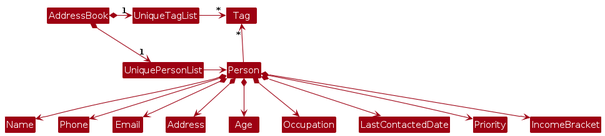
zpnoob/tp keeps this PlantUML diagram as diagrams/BetterModelClassDiagram.png. Above is the earlier version. Its source is kept beside it as diagrams/BetterModelClassDiagram.puml.
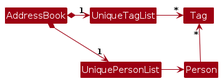
Later version of the same file.

What changed in the source:
```diff
@@ -14,13 +14,4 @@
 
 Person -up-> "*" Tag
 
-Person *--> Name
-Person *--> Phone
-Person *--> Email
-Person *--> Address
-Person *--> Age
-Person *--> Occupation
-Person *--> LastContactedDate
-Person *--> Priority
-Person *--> IncomeBracket
 @enduml
```
